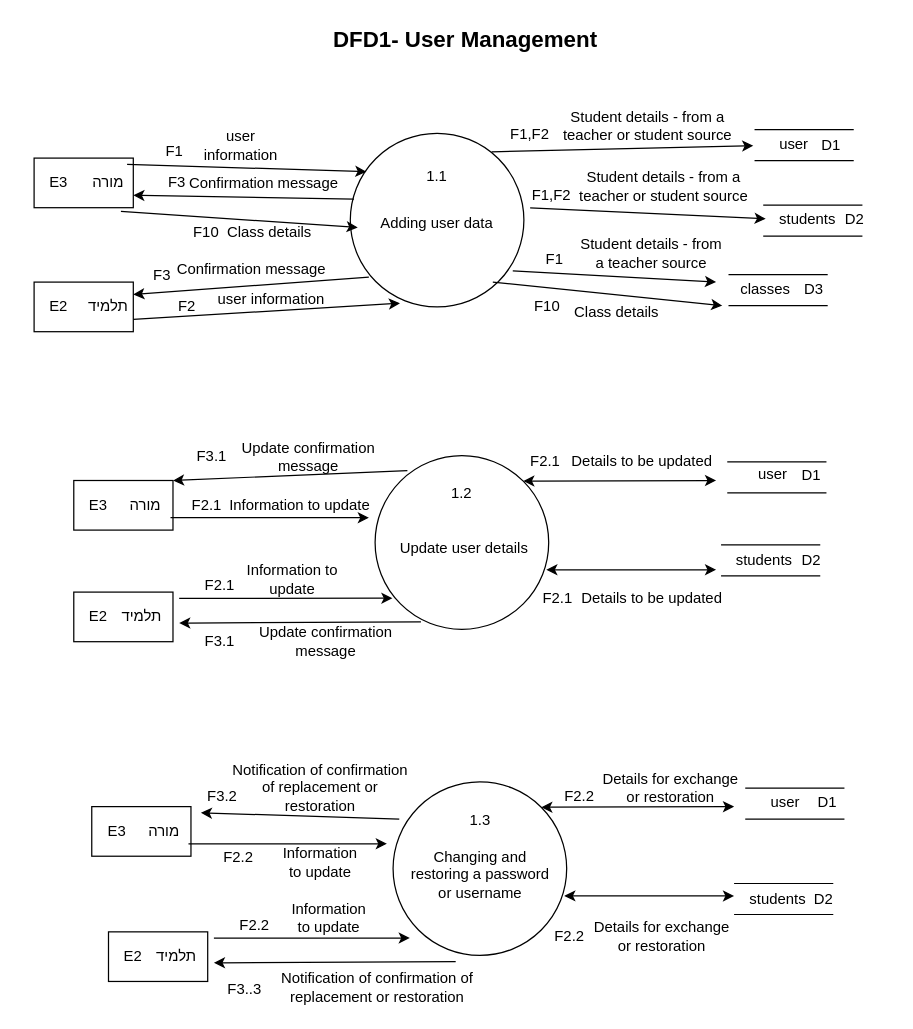
This is page "ניהול משתמשים" (1 of 3) of dfd/DFD1(English).drawio from alsousha/projectFinish, a draw.io file, before an edit. Source tidied: cells renumbered, new cells numbered last; positions are measured from the earlier drawing's top-left corner, leaving out a move shared by most shapes. Both pictures are drawn from the tidied source at 124%, with x=0, y=0 at pixel (21, 21).
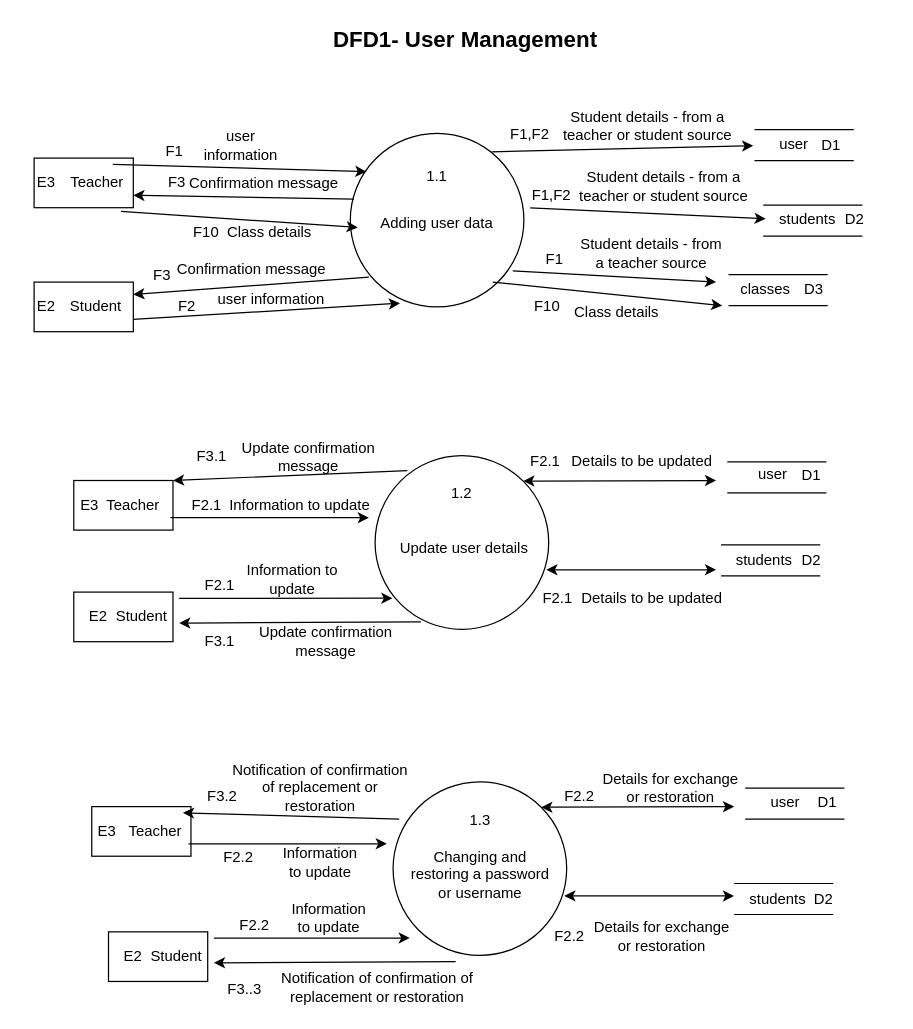
Above is the later version.

What changed in the source:
```diff
@@
-    <mxCell id="8" value="מורה" style="text;html=1;strokeColor=none;fillColor=none;align=center;verticalAlign=middle;whiteSpace=wrap;rounded=0;" parent="1" vertex="1">
-      <mxGeometry x="40" y="115" width="60" height="30" as="geometry" />
+    <mxCell id="8" value="Teacher" style="text;html=1;strokeColor=none;fillColor=none;align=center;verticalAlign=middle;whiteSpace=wrap;rounded=0;" parent="1" vertex="1">
+      <mxGeometry x="36" y="115" width="50" height="30" as="geometry" />
     </mxCell>
     <mxCell id="9" value="E3" style="text;html=1;strokeColor=none;fillColor=none;align=center;verticalAlign=middle;whiteSpace=wrap;rounded=0;" parent="1" vertex="1">
-      <mxGeometry y="115" width="60" height="30" as="geometry" />
+      <mxGeometry y="115" width="40" height="30" as="geometry" />
     </mxCell>
-    <mxCell id="10" value="תלמיד" style="text;html=1;strokeColor=none;fillColor=none;align=center;verticalAlign=middle;whiteSpace=wrap;rounded=0;" parent="1" vertex="1">
-      <mxGeometry x="40" y="215" width="60" height="30" as="geometry" />
+    <mxCell id="10" value="Student" style="text;html=1;strokeColor=none;fillColor=none;align=center;verticalAlign=middle;whiteSpace=wrap;rounded=0;" parent="1" vertex="1">
+      <mxGeometry x="40" y="215" width="40" height="30" as="geometry" />
     </mxCell>
     <mxCell id="11" value="E2" style="text;html=1;strokeColor=none;fillColor=none;align=center;verticalAlign=middle;whiteSpace=wrap;rounded=0;" parent="1" vertex="1">
-      <mxGeometry y="215" width="60" height="30" as="geometry" />
+      <mxGeometry y="215" width="40" height="30" as="geometry" />
     </mxCell>
@@
     <mxCell id="54" value="E3" style="text;html=1;strokeColor=none;fillColor=none;align=center;verticalAlign=middle;whiteSpace=wrap;rounded=0;" parent="1" vertex="1">
-      <mxGeometry x="32" y="375" width="60" height="30" as="geometry" />
+      <mxGeometry x="40" y="375" width="30" height="30" as="geometry" />
     </mxCell>
-    <mxCell id="55" value="מורה" style="text;html=1;strokeColor=none;fillColor=none;align=center;verticalAlign=middle;whiteSpace=wrap;rounded=0;" parent="1" vertex="1">
-      <mxGeometry x="70" y="375" width="60" height="30" as="geometry" />
+    <mxCell id="55" value="Teacher" style="text;html=1;strokeColor=none;fillColor=none;align=center;verticalAlign=middle;whiteSpace=wrap;rounded=0;" parent="1" vertex="1">
+      <mxGeometry x="70" y="375" width="40" height="30" as="geometry" />
     </mxCell>
-    <mxCell id="56" value="תלמיד" style="text;html=1;strokeColor=none;fillColor=none;align=center;verticalAlign=middle;whiteSpace=wrap;rounded=0;" parent="1" vertex="1">
+    <mxCell id="56" value="Student" style="text;html=1;strokeColor=none;fillColor=none;align=center;verticalAlign=middle;whiteSpace=wrap;rounded=0;" parent="1" vertex="1">
       <mxGeometry x="67" y="465" width="60" height="30" as="geometry" />
     </mxCell>
@@
     <mxCell id="87" value="E3" style="text;html=1;strokeColor=none;fillColor=none;align=center;verticalAlign=middle;whiteSpace=wrap;rounded=0;" parent="1" vertex="1">
-      <mxGeometry x="46.5" y="638" width="60" height="30" as="geometry" />
+      <mxGeometry x="46.5" y="638" width="43.5" height="30" as="geometry" />
     </mxCell>
-    <mxCell id="88" value="מורה" style="text;html=1;strokeColor=none;fillColor=none;align=center;verticalAlign=middle;whiteSpace=wrap;rounded=0;" parent="1" vertex="1">
-      <mxGeometry x="84.5" y="638" width="60" height="30" as="geometry" />
+    <mxCell id="88" value="Teacher" style="text;html=1;strokeColor=none;fillColor=none;align=center;verticalAlign=middle;whiteSpace=wrap;rounded=0;" parent="1" vertex="1">
+      <mxGeometry x="84.5" y="638" width="45.5" height="30" as="geometry" />
     </mxCell>
-    <mxCell id="89" value="תלמיד" style="text;html=1;strokeColor=none;fillColor=none;align=center;verticalAlign=middle;whiteSpace=wrap;rounded=0;" parent="1" vertex="1">
+    <mxCell id="89" value="Student" style="text;html=1;strokeColor=none;fillColor=none;align=center;verticalAlign=middle;whiteSpace=wrap;rounded=0;" parent="1" vertex="1">
       <mxGeometry x="95" y="739" width="60" height="30" as="geometry" />
     </mxCell>
```
